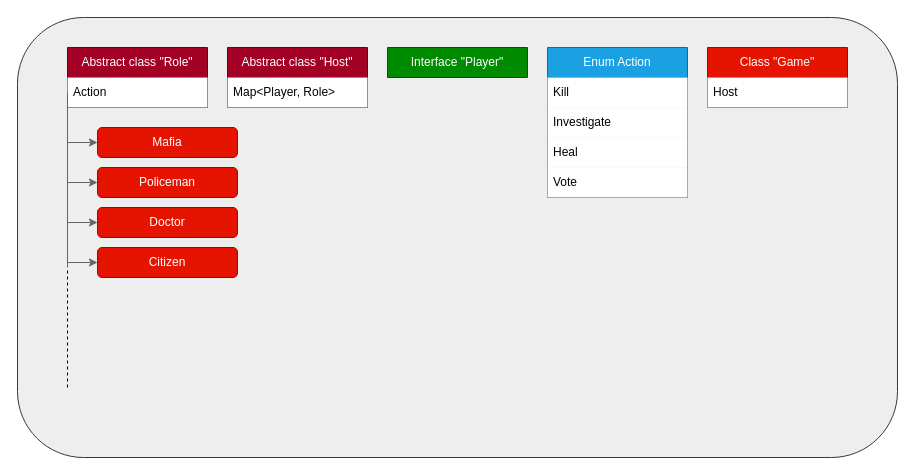
The draw.io diagram diagram/arhetecture.drawio in AlexeyZarechnev/java-mafia, before the edit. Source tidied: cells renumbered, new cells numbered last; positions are measured from the earlier drawing's top-left corner, leaving out a move shared by most shapes. Both pictures are drawn from the tidied source at 100%, with x=0, y=0 at pixel (17, 17).
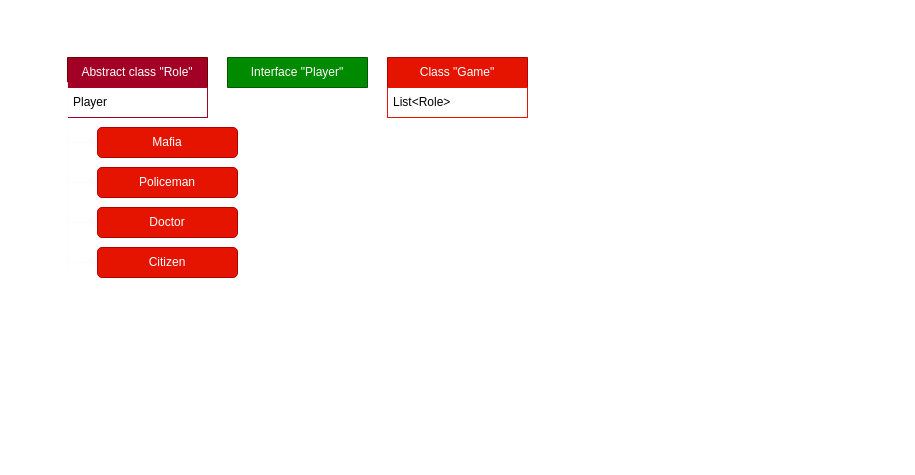
After the change.

Commit message (it also covers changes not shown here):
finished NOMETHODS diagram and add classes

The change refers to these unchanged cells:
```xml
<mxCell id="15" value="Mafia" style="rounded=1;whiteSpace=wrap;html=1;fillColor=#e51400;fontColor=#ffffff;strokeColor=#B20000;" parent="1" vertex="1">
  <mxGeometry x="80" y="110" width="140" height="30" as="geometry" />
</mxCell>
<mxCell id="18" value="Policeman" style="rounded=1;whiteSpace=wrap;html=1;fillColor=#e51400;fontColor=#ffffff;strokeColor=#B20000;" parent="1" vertex="1">
  <mxGeometry x="80" y="150" width="140" height="30" as="geometry" />
</mxCell>
<mxCell id="20" value="Doctor" style="rounded=1;whiteSpace=wrap;html=1;fillColor=#e51400;fontColor=#ffffff;strokeColor=#B20000;" parent="1" vertex="1">
  <mxGeometry x="80" y="190" width="140" height="30" as="geometry" />
</mxCell>
<mxCell id="22" value="Citizen" style="rounded=1;whiteSpace=wrap;html=1;fillColor=#e51400;fontColor=#ffffff;strokeColor=#B20000;" parent="1" vertex="1">
  <mxGeometry x="80" y="230" width="140" height="30" as="geometry" />
</mxCell>
```

Diff of the diagram source:
```diff
@@
-    <mxCell id="2" style="rounded=1;whiteSpace=wrap;html=1;fillColor=#eeeeee;strokeColor=#36393d;" parent="1" vertex="1">
-      <mxGeometry width="880" height="440" as="geometry" />
-    </mxCell>
     <mxCell id="3" value="Class &quot;Game&quot;" style="swimlane;fontStyle=0;horizontal=1;startSize=30;whiteSpace=wrap;html=1;fillColor=#e51400;fontColor=#ffffff;strokeColor=#B20000;" parent="1" vertex="1">
-      <mxGeometry x="690" y="30" width="140" height="60" as="geometry" />
+      <mxGeometry x="370" y="40" width="140" height="60" as="geometry" />
     </mxCell>
-    <mxCell id="4" value="Host" style="text;strokeColor=none;fillColor=default;align=left;verticalAlign=middle;spacingLeft=4;spacingRight=4;overflow=hidden;whiteSpace=wrap;html=1;" parent="3" vertex="1">
+    <mxCell id="4" value="List&amp;lt;Role&amp;gt;" style="text;strokeColor=#e51500;fillColor=default;align=left;verticalAlign=middle;spacingLeft=4;spacingRight=4;overflow=hidden;whiteSpace=wrap;html=1;" parent="3" vertex="1">
       <mxGeometry y="30" width="140" height="30" as="geometry" />
     </mxCell>
-    <mxCell id="5" value="Abstract class &quot;Host&quot;" style="swimlane;fontStyle=0;horizontal=1;startSize=30;whiteSpace=wrap;html=1;fillColor=#a20025;strokeColor=#6F0000;fontColor=#ffffff;" parent="1" vertex="1">
-      <mxGeometry x="210" y="30" width="140" height="60" as="geometry" />
-    </mxCell>
-    <mxCell id="6" value="Map&amp;lt;Player, Role&amp;gt;" style="text;strokeColor=none;fillColor=default;align=left;verticalAlign=middle;spacingLeft=4;spacingRight=4;overflow=hidden;whiteSpace=wrap;html=1;" parent="5" vertex="1">
-      <mxGeometry y="30" width="140" height="30" as="geometry" />
-    </mxCell>
     <mxCell id="7" value="Interface &quot;Player&quot;" style="swimlane;fontStyle=0;horizontal=1;startSize=30;whiteSpace=wrap;html=1;fillColor=#008a00;fontColor=#ffffff;strokeColor=#005700;" parent="1" vertex="1">
-      <mxGeometry x="370" y="30" width="140" height="30" as="geometry" />
+      <mxGeometry x="210" y="40" width="140" height="30" as="geometry" />
     </mxCell>
     <mxCell id="8" value="Abstract class &quot;Role&quot;" style="swimlane;fontStyle=0;horizontal=1;startSize=30;whiteSpace=wrap;html=1;fillColor=#a20025;fontColor=#ffffff;strokeColor=#6F0000;" parent="1" vertex="1">
-      <mxGeometry x="50" y="30" width="140" height="60" as="geometry" />
+      <mxGeometry x="50" y="40" width="140" height="60" as="geometry" />
     </mxCell>
-    <mxCell id="9" value="Action" style="text;strokeColor=none;fillColor=default;align=left;verticalAlign=middle;spacingLeft=4;spacingRight=4;overflow=hidden;whiteSpace=wrap;html=1;" parent="8" vertex="1">
-      <mxGeometry y="30" width="140" height="30" as="geometry" />
-    </mxCell>
-    <mxCell id="10" value="Enum Action" style="swimlane;fontStyle=0;horizontal=1;startSize=30;whiteSpace=wrap;html=1;fillColor=#1ba1e2;fontColor=#ffffff;strokeColor=#006EAF;" parent="1" vertex="1">
-      <mxGeometry x="530" y="30" width="140" height="150" as="geometry" />
-    </mxCell>
-    <mxCell id="11" value="Kill" style="text;strokeColor=none;fillColor=default;align=left;verticalAlign=middle;spacingLeft=4;spacingRight=4;overflow=hidden;whiteSpace=wrap;html=1;" parent="10" vertex="1">
-      <mxGeometry y="30" width="140" height="30" as="geometry" />
-    </mxCell>
-    <mxCell id="12" value="Investigate" style="text;strokeColor=none;fillColor=default;align=left;verticalAlign=middle;spacingLeft=4;spacingRight=4;overflow=hidden;whiteSpace=wrap;html=1;" parent="10" vertex="1">
-      <mxGeometry y="60" width="140" height="30" as="geometry" />
-    </mxCell>
-    <mxCell id="13" value="Heal" style="text;strokeColor=none;fillColor=default;align=left;verticalAlign=middle;spacingLeft=4;spacingRight=4;overflow=hidden;whiteSpace=wrap;html=1;" parent="10" vertex="1">
-      <mxGeometry y="90" width="140" height="30" as="geometry" />
-    </mxCell>
-    <mxCell id="14" value="Vote" style="text;strokeColor=none;fillColor=default;align=left;verticalAlign=middle;spacingLeft=4;spacingRight=4;overflow=hidden;whiteSpace=wrap;html=1;" parent="10" vertex="1">
-      <mxGeometry y="120" width="140" height="30" as="geometry" />
-    </mxCell>
+    <mxCell id="25" value="Player" style="text;strokeColor=#a20125;fillColor=default;align=left;verticalAlign=middle;spacingLeft=4;spacingRight=4;overflow=hidden;whiteSpace=wrap;html=1;" parent="8" vertex="1">
+      <mxGeometry y="30" width="140" height="30" as="geometry" />
+    </mxCell>
+    <mxCell id="16" style="endArrow=none;html=1;fillColor=#f5f5f5;gradientColor=#b3b3b3;strokeColor=#FCFCFC;" parent="1" edge="1">
+      <mxGeometry relative="1" as="geometry">
+        <mxPoint x="50" y="250" as="sourcePoint" />
+        <mxPoint x="50" y="160" as="targetPoint" />
+        <Array as="points">
+          <mxPoint x="50" y="160" />
+          <mxPoint x="50" y="60" />
+        </Array>
+      </mxGeometry>
+    </mxCell>
@@
-    <mxCell id="16" style="endArrow=none;html=1;entryX=0;entryY=0.75;entryDx=0;entryDy=0;fillColor=#f5f5f5;gradientColor=#b3b3b3;strokeColor=#666666;" parent="1" edge="1" target="8">
-      <mxGeometry relative="1" as="geometry">
-        <mxPoint x="50" y="250" as="sourcePoint" />
-      </mxGeometry>
-    </mxCell>
-    <mxCell id="17" style="endArrow=classic;html=1;entryX=0;entryY=0.5;entryDx=0;entryDy=0;fillColor=#f5f5f5;gradientColor=#b3b3b3;strokeColor=#666666;" parent="1" edge="1" target="15">
-      <mxGeometry relative="1" as="geometry">
-        <mxPoint x="50" y="125" as="sourcePoint" />
-      </mxGeometry>
-    </mxCell>
+    <mxCell id="26" style="endArrow=classic;html=1;entryX=0;entryY=0.5;entryDx=0;entryDy=0;fillColor=#f5f5f5;gradientColor=#b3b3b3;strokeColor=#FCFCFC;" parent="1" edge="1" target="15">
+      <mxGeometry relative="1" as="geometry">
+        <mxPoint x="50" y="125" as="sourcePoint" />
+      </mxGeometry>
+    </mxCell>
@@
-    <mxCell id="19" style="endArrow=classic;html=1;entryX=0;entryY=0.5;entryDx=0;entryDy=0;fillColor=#f5f5f5;gradientColor=#b3b3b3;strokeColor=#666666;" parent="1" edge="1" target="18">
-      <mxGeometry relative="1" as="geometry">
-        <mxPoint x="50" y="165" as="sourcePoint" />
-      </mxGeometry>
-    </mxCell>
+    <mxCell id="27" style="endArrow=classic;html=1;entryX=0;entryY=0.5;entryDx=0;entryDy=0;fillColor=#f5f5f5;gradientColor=#b3b3b3;strokeColor=#FCFCFC;" parent="1" edge="1" target="18">
+      <mxGeometry relative="1" as="geometry">
+        <mxPoint x="50" y="165" as="sourcePoint" />
+      </mxGeometry>
+    </mxCell>
@@
-    <mxCell id="21" style="endArrow=classic;html=1;entryX=0;entryY=0.5;entryDx=0;entryDy=0;fillColor=#f5f5f5;gradientColor=#b3b3b3;strokeColor=#666666;" parent="1" edge="1" target="20">
-      <mxGeometry relative="1" as="geometry">
-        <mxPoint x="50" y="205" as="sourcePoint" />
-      </mxGeometry>
-    </mxCell>
+    <mxCell id="28" style="endArrow=classic;html=1;entryX=0;entryY=0.5;entryDx=0;entryDy=0;fillColor=#f5f5f5;gradientColor=#b3b3b3;strokeColor=#FCFCFC;" parent="1" edge="1" target="20">
+      <mxGeometry relative="1" as="geometry">
+        <mxPoint x="50" y="205" as="sourcePoint" />
+      </mxGeometry>
+    </mxCell>
@@
-    <mxCell id="23" style="endArrow=classic;html=1;entryX=0;entryY=0.5;entryDx=0;entryDy=0;fillColor=#f5f5f5;gradientColor=#b3b3b3;strokeColor=#666666;" parent="1" edge="1" target="22">
-      <mxGeometry relative="1" as="geometry">
-        <mxPoint x="50" y="245" as="sourcePoint" />
-      </mxGeometry>
-    </mxCell>
-    <mxCell id="24" style="endArrow=none;dashed=1;html=1;" parent="1" edge="1">
-      <mxGeometry relative="1" as="geometry">
-        <mxPoint x="50" y="370" as="sourcePoint" />
-        <mxPoint x="50" y="250" as="targetPoint" />
-      </mxGeometry>
-    </mxCell>
+    <mxCell id="29" style="endArrow=classic;html=1;entryX=0;entryY=0.5;entryDx=0;entryDy=0;fillColor=#f5f5f5;gradientColor=#b3b3b3;strokeColor=#FCFCFC;" parent="1" edge="1" target="22">
+      <mxGeometry relative="1" as="geometry">
+        <mxPoint x="50" y="245" as="sourcePoint" />
+        <Array as="points">
+          <mxPoint x="60" y="245" />
+        </Array>
+      </mxGeometry>
+    </mxCell>
```
